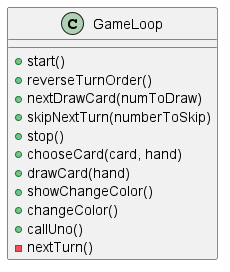
The PlantUML diagram docs/uml/gameLoop.png in CrazyPingu/PPS-23-Uno, before a commit. Source of this version:
```plantuml
@startuml

class GameLoop {
    +start()
    +reverseTurnOrder()
    +nextDrawCard(numToDraw)
    +skipNextTurn(numberToSkip)
    +stop()
    +chooseCard(card, hand)
    +drawCard(hand)
    +showChangeColor()
    +changeColor()
    +callUno()
    -nextTurn()
}

@enduml
```
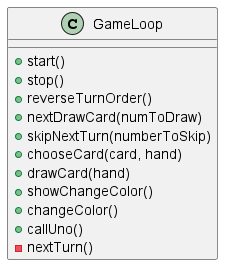
The same file after the commit.

The edit, as a diff of the source:
```diff
@@ -2,10 +2,10 @@
 
 class GameLoop {
     +start()
+    +stop()
     +reverseTurnOrder()
     +nextDrawCard(numToDraw)
     +skipNextTurn(numberToSkip)
-    +stop()
     +chooseCard(card, hand)
     +drawCard(hand)
     +showChangeColor()
```
